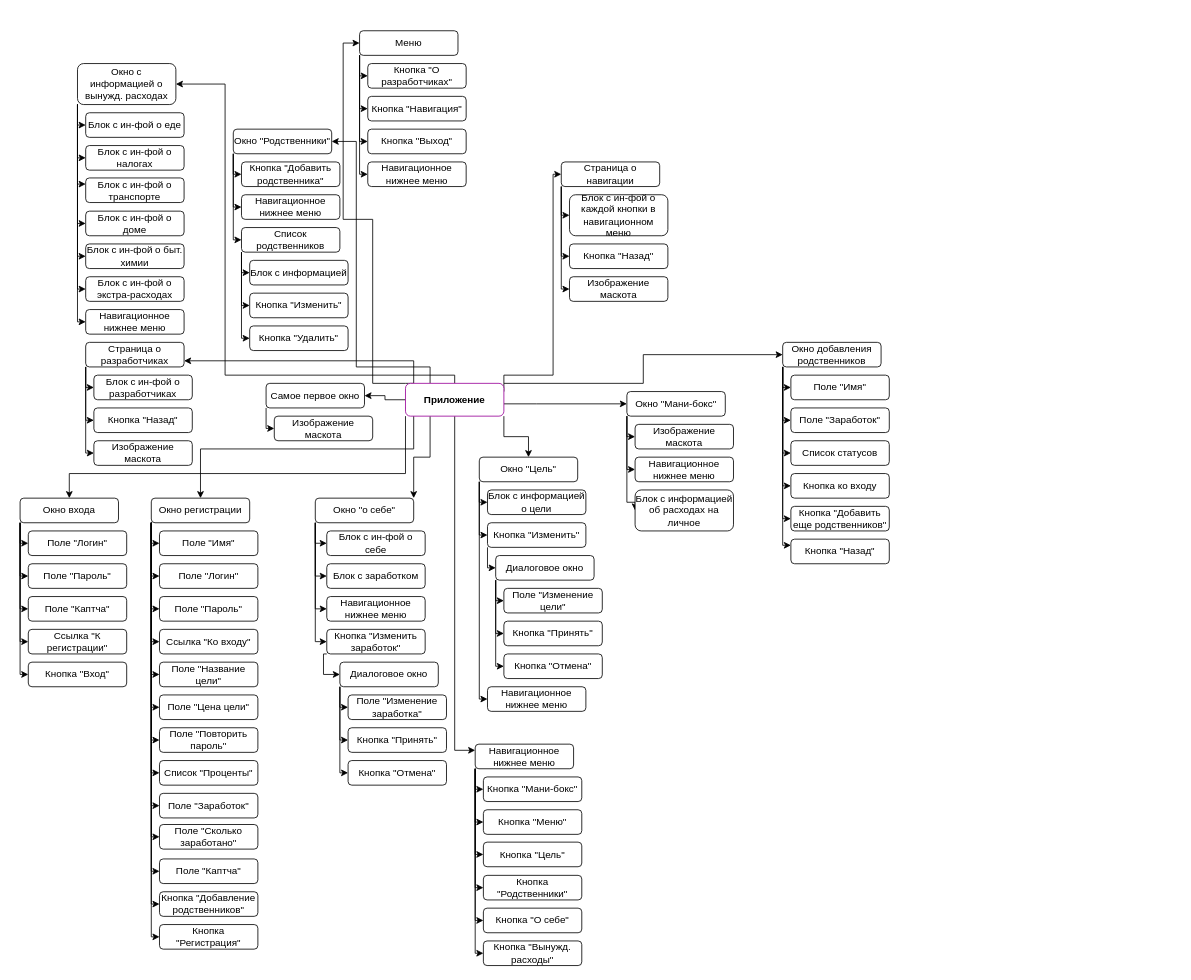
The draw.io diagram page "Страница — 17" (17 of 18) of new_kurs.drawio in dahichnero/schemas, before the edit. Source tidied: cells renumbered, new cells numbered last; positions are measured from the earlier drawing's top-left corner, leaving out a move shared by most shapes. Both pictures are drawn from the tidied source at 82%, with x=0, y=0 at pixel (20, 30).
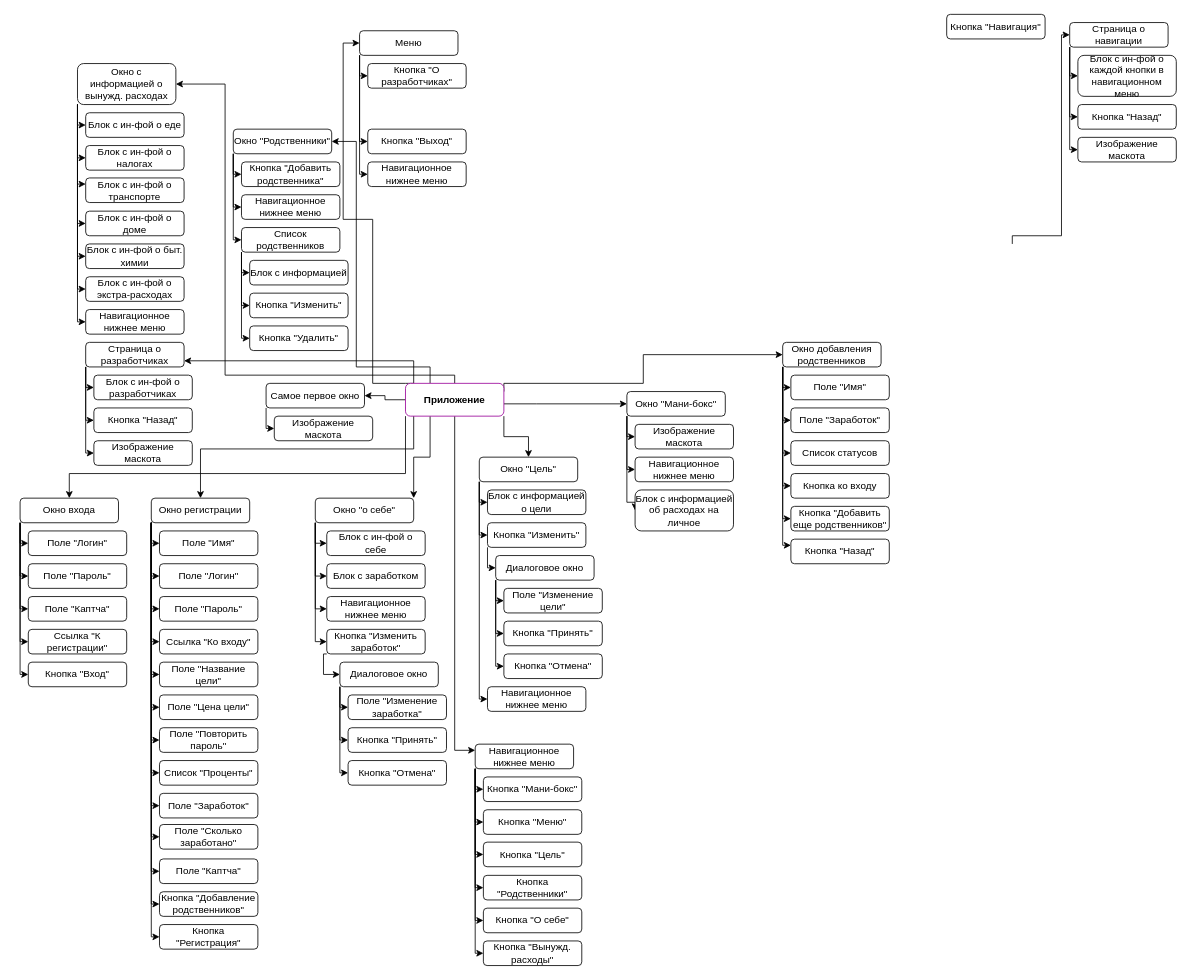
The same page after the edit.

Unchanged cells that the change refers to:
```xml
<mxCell id="15" value="&lt;b&gt;Приложение&lt;/b&gt;" style="rounded=1;whiteSpace=wrap;html=1;strokeColor=#990099;" parent="1" vertex="1">
  <mxGeometry x="470" y="430" width="120" height="40" as="geometry" />
</mxCell>
<mxCell id="95" value="Меню" style="rounded=1;whiteSpace=wrap;html=1;" parent="1" vertex="1">
  <mxGeometry x="414" width="120" height="30" as="geometry" />
</mxCell>
```

What changed in the source:
```diff
@@
-    <mxCell id="10" style="edgeStyle=orthogonalEdgeStyle;rounded=0;jettySize=auto;html=1;exitX=1;exitY=0;exitDx=0;exitDy=0;entryX=0;entryY=0.5;entryDx=0;entryDy=0;" parent="1" edge="1" source="15" target="110">
+    <mxCell id="10" style="edgeStyle=orthogonalEdgeStyle;rounded=0;jettySize=auto;html=1;exitX=1;exitY=0;exitDx=0;exitDy=0;entryX=0;entryY=0.5;entryDx=0;entryDy=0;" parent="1" edge="1" target="110">
       <mxGeometry relative="1" as="geometry">
+        <mxPoint x="1210" y="260" as="sourcePoint" />
         <Array as="points">
-          <mxPoint x="590" y="420" />
-          <mxPoint x="650" y="420" />
-          <mxPoint x="650" y="175" />
+          <mxPoint x="1210" y="250" />
+          <mxPoint x="1270" y="250" />
+          <mxPoint x="1270" y="5" />
         </Array>
       </mxGeometry>
     </mxCell>
@@
-    <mxCell id="92" style="edgeStyle=orthogonalEdgeStyle;rounded=0;jettySize=auto;html=1;exitX=0;exitY=1;exitDx=0;exitDy=0;entryX=0;entryY=0.5;entryDx=0;entryDy=0;" parent="1" edge="1" source="95" target="97">
-      <mxGeometry relative="1" as="geometry">
-        <Array as="points">
-          <mxPoint x="414" y="95" />
-        </Array>
-      </mxGeometry>
-    </mxCell>
@@
-    <mxCell id="97" value="Кнопка &quot;Навигация&quot;" style="rounded=1;whiteSpace=wrap;html=1;" parent="1" vertex="1">
-      <mxGeometry x="424" y="80" width="120" height="30" as="geometry" />
-    </mxCell>
@@
     <mxCell id="107" style="edgeStyle=orthogonalEdgeStyle;rounded=0;jettySize=auto;html=1;exitX=0;exitY=1;exitDx=0;exitDy=0;entryX=0;entryY=0.5;entryDx=0;entryDy=0;" parent="1" edge="1" source="110" target="111">
       <mxGeometry relative="1" as="geometry">
         <Array as="points">
-          <mxPoint x="660" y="225" />
+          <mxPoint x="1280" y="55" />
         </Array>
       </mxGeometry>
     </mxCell>
     <mxCell id="108" style="edgeStyle=orthogonalEdgeStyle;rounded=0;jettySize=auto;html=1;exitX=0;exitY=1;exitDx=0;exitDy=0;entryX=0;entryY=0.5;entryDx=0;entryDy=0;" parent="1" edge="1" source="110" target="112">
       <mxGeometry relative="1" as="geometry">
         <Array as="points">
-          <mxPoint x="660" y="275" />
+          <mxPoint x="1280" y="105" />
         </Array>
       </mxGeometry>
     </mxCell>
     <mxCell id="109" style="edgeStyle=orthogonalEdgeStyle;rounded=0;jettySize=auto;html=1;exitX=0;exitY=1;exitDx=0;exitDy=0;entryX=0;entryY=0.5;entryDx=0;entryDy=0;" parent="1" edge="1" source="110" target="113">
       <mxGeometry relative="1" as="geometry">
         <Array as="points">
-          <mxPoint x="660" y="315" />
+          <mxPoint x="1280" y="145" />
         </Array>
       </mxGeometry>
     </mxCell>
     <mxCell id="110" value="Страница о навигации" style="rounded=1;whiteSpace=wrap;html=1;" parent="1" vertex="1">
-      <mxGeometry x="660" y="160" width="120" height="30" as="geometry" />
+      <mxGeometry x="1280" y="-10" width="120" height="30" as="geometry" />
     </mxCell>
     <mxCell id="111" value="Блок с ин-фой о каждой кнопки в навигационном меню" style="rounded=1;whiteSpace=wrap;html=1;" parent="1" vertex="1">
-      <mxGeometry x="670" y="200" width="120" height="50" as="geometry" />
+      <mxGeometry x="1290" y="30" width="120" height="50" as="geometry" />
     </mxCell>
     <mxCell id="112" value="Кнопка &quot;Назад&quot;" style="rounded=1;whiteSpace=wrap;html=1;" parent="1" vertex="1">
-      <mxGeometry x="670" y="260" width="120" height="30" as="geometry" />
+      <mxGeometry x="1290" y="90" width="120" height="30" as="geometry" />
     </mxCell>
     <mxCell id="113" value="Изображение маскота" style="rounded=1;whiteSpace=wrap;html=1;" parent="1" vertex="1">
-      <mxGeometry x="670" y="300" width="120" height="30" as="geometry" />
+      <mxGeometry x="1290" y="130" width="120" height="30" as="geometry" />
     </mxCell>
@@
+    <mxCell id="97" value="Кнопка &quot;Навигация&quot;" style="rounded=1;whiteSpace=wrap;html=1;" parent="1" vertex="1">
+      <mxGeometry x="1130" y="-20" width="120" height="30" as="geometry" />
+    </mxCell>
```
